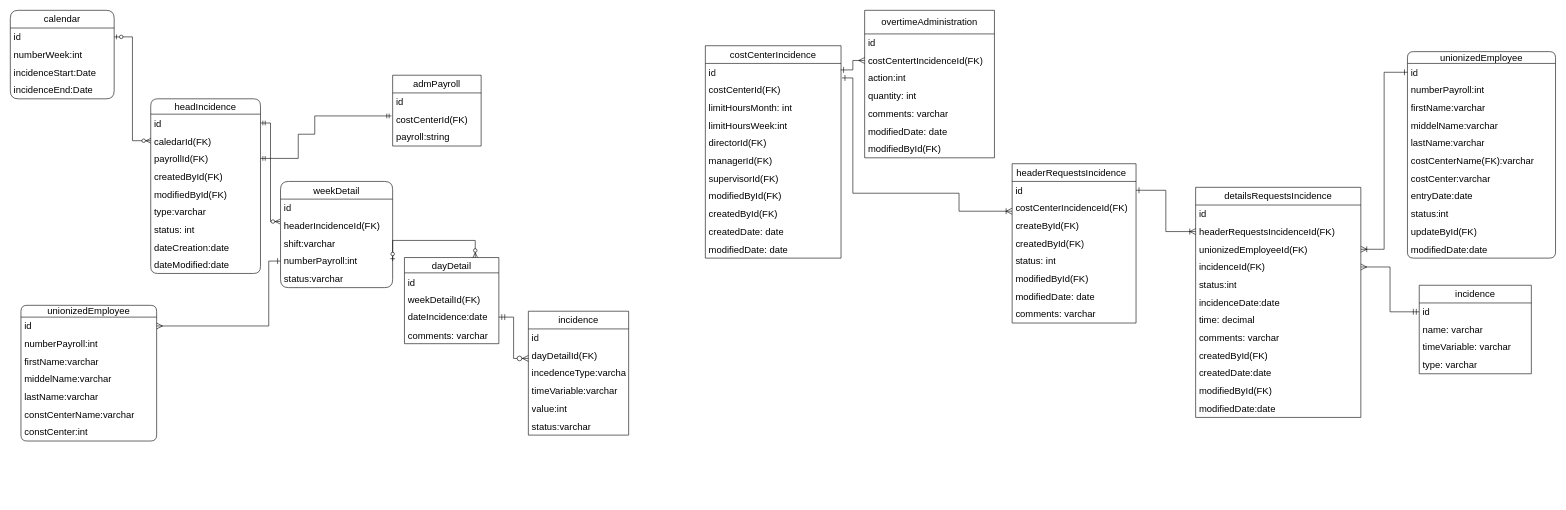
This is page "Page-RelationalDiagram" (1 of 2) of Untitled Diagram.drawio from SocorroGC30/prueba3, a draw.io file, before an edit. Source tidied: cells renumbered, new cells numbered last; positions are measured from the earlier drawing's top-left corner, leaving out a move shared by most shapes. Both pictures are drawn from the tidied source at 59%, with x=0, y=0 at pixel (10, 10).
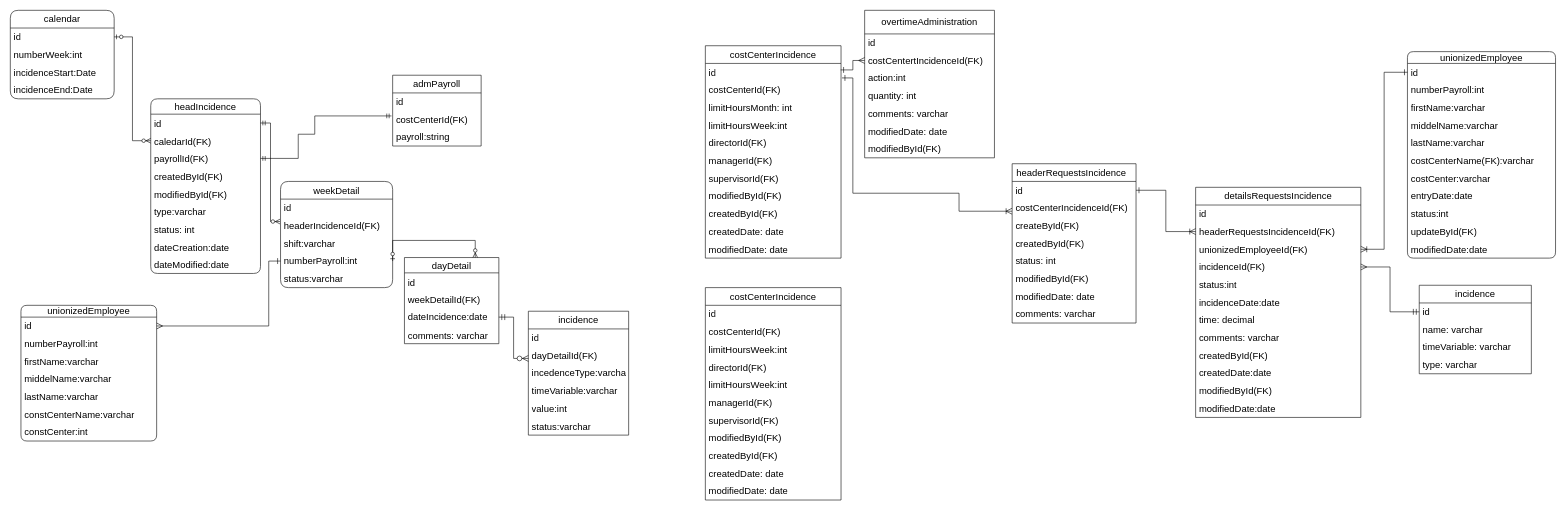
After the change.

Diff of the diagram source:
```diff
@@
+    <mxCell id="117" value="costCenterIncidence" style="swimlane;fontStyle=0;horizontal=1;startSize=30;whiteSpace=wrap;html=1;fontSize=16;" parent="1" vertex="1">
+      <mxGeometry x="1178" y="470" width="230" height="360" as="geometry" />
+    </mxCell>
+    <mxCell id="118" value="id" style="text;strokeColor=none;fillColor=none;align=left;verticalAlign=middle;spacingLeft=4;spacingRight=4;overflow=hidden;whiteSpace=wrap;html=1;fontSize=16;" parent="117" vertex="1">
+      <mxGeometry y="30" width="230" height="30" as="geometry" />
+    </mxCell>
+    <mxCell id="119" value="costCenterId(FK)" style="text;strokeColor=none;fillColor=none;align=left;verticalAlign=middle;spacingLeft=4;spacingRight=4;overflow=hidden;whiteSpace=wrap;html=1;fontSize=16;" parent="117" vertex="1">
+      <mxGeometry y="60" width="230" height="30" as="geometry" />
+    </mxCell>
+    <mxCell id="120" value="limitHoursWeek:int" style="text;strokeColor=none;fillColor=none;align=left;verticalAlign=middle;spacingLeft=4;spacingRight=4;overflow=hidden;whiteSpace=wrap;html=1;fontSize=16;" parent="117" vertex="1">
+      <mxGeometry y="90" width="230" height="30" as="geometry" />
+    </mxCell>
+    <mxCell id="121" value="directorId(FK)" style="text;strokeColor=none;fillColor=none;align=left;verticalAlign=middle;spacingLeft=4;spacingRight=4;overflow=hidden;whiteSpace=wrap;html=1;fontSize=16;" parent="117" vertex="1">
+      <mxGeometry y="120" width="230" height="30" as="geometry" />
+    </mxCell>
+    <mxCell id="122" value="limitHoursWeek:int" style="text;strokeColor=none;fillColor=none;align=left;verticalAlign=middle;spacingLeft=4;spacingRight=4;overflow=hidden;whiteSpace=wrap;html=1;fontSize=16;" parent="117" vertex="1">
+      <mxGeometry y="150" width="230" height="30" as="geometry" />
+    </mxCell>
+    <mxCell id="123" value="managerId(FK)" style="text;strokeColor=none;fillColor=none;align=left;verticalAlign=middle;spacingLeft=4;spacingRight=4;overflow=hidden;whiteSpace=wrap;html=1;fontSize=16;" parent="117" vertex="1">
+      <mxGeometry y="180" width="230" height="30" as="geometry" />
+    </mxCell>
+    <mxCell id="124" value="supervisorId(FK)" style="text;strokeColor=none;fillColor=none;align=left;verticalAlign=middle;spacingLeft=4;spacingRight=4;overflow=hidden;whiteSpace=wrap;html=1;fontSize=16;" parent="117" vertex="1">
+      <mxGeometry y="210" width="230" height="30" as="geometry" />
+    </mxCell>
+    <mxCell id="125" value="modifiedById(FK)" style="text;strokeColor=none;fillColor=none;align=left;verticalAlign=middle;spacingLeft=4;spacingRight=4;overflow=hidden;whiteSpace=wrap;html=1;fontSize=16;" parent="117" vertex="1">
+      <mxGeometry y="240" width="230" height="30" as="geometry" />
+    </mxCell>
+    <mxCell id="126" value="createdById(FK)&amp;nbsp;" style="text;strokeColor=none;fillColor=none;align=left;verticalAlign=middle;spacingLeft=4;spacingRight=4;overflow=hidden;whiteSpace=wrap;html=1;fontSize=16;" parent="117" vertex="1">
+      <mxGeometry y="270" width="230" height="30" as="geometry" />
+    </mxCell>
+    <mxCell id="127" value="createdDate: date" style="text;strokeColor=none;fillColor=none;align=left;verticalAlign=middle;spacingLeft=4;spacingRight=4;overflow=hidden;whiteSpace=wrap;html=1;fontSize=16;" parent="117" vertex="1">
+      <mxGeometry y="300" width="230" height="30" as="geometry" />
+    </mxCell>
+    <mxCell id="128" value="modifiedDate: date" style="text;strokeColor=none;fillColor=none;align=left;verticalAlign=middle;spacingLeft=4;spacingRight=4;overflow=hidden;whiteSpace=wrap;html=1;fontSize=16;" parent="117" vertex="1">
+      <mxGeometry y="330" width="230" height="30" as="geometry" />
+    </mxCell>
```
